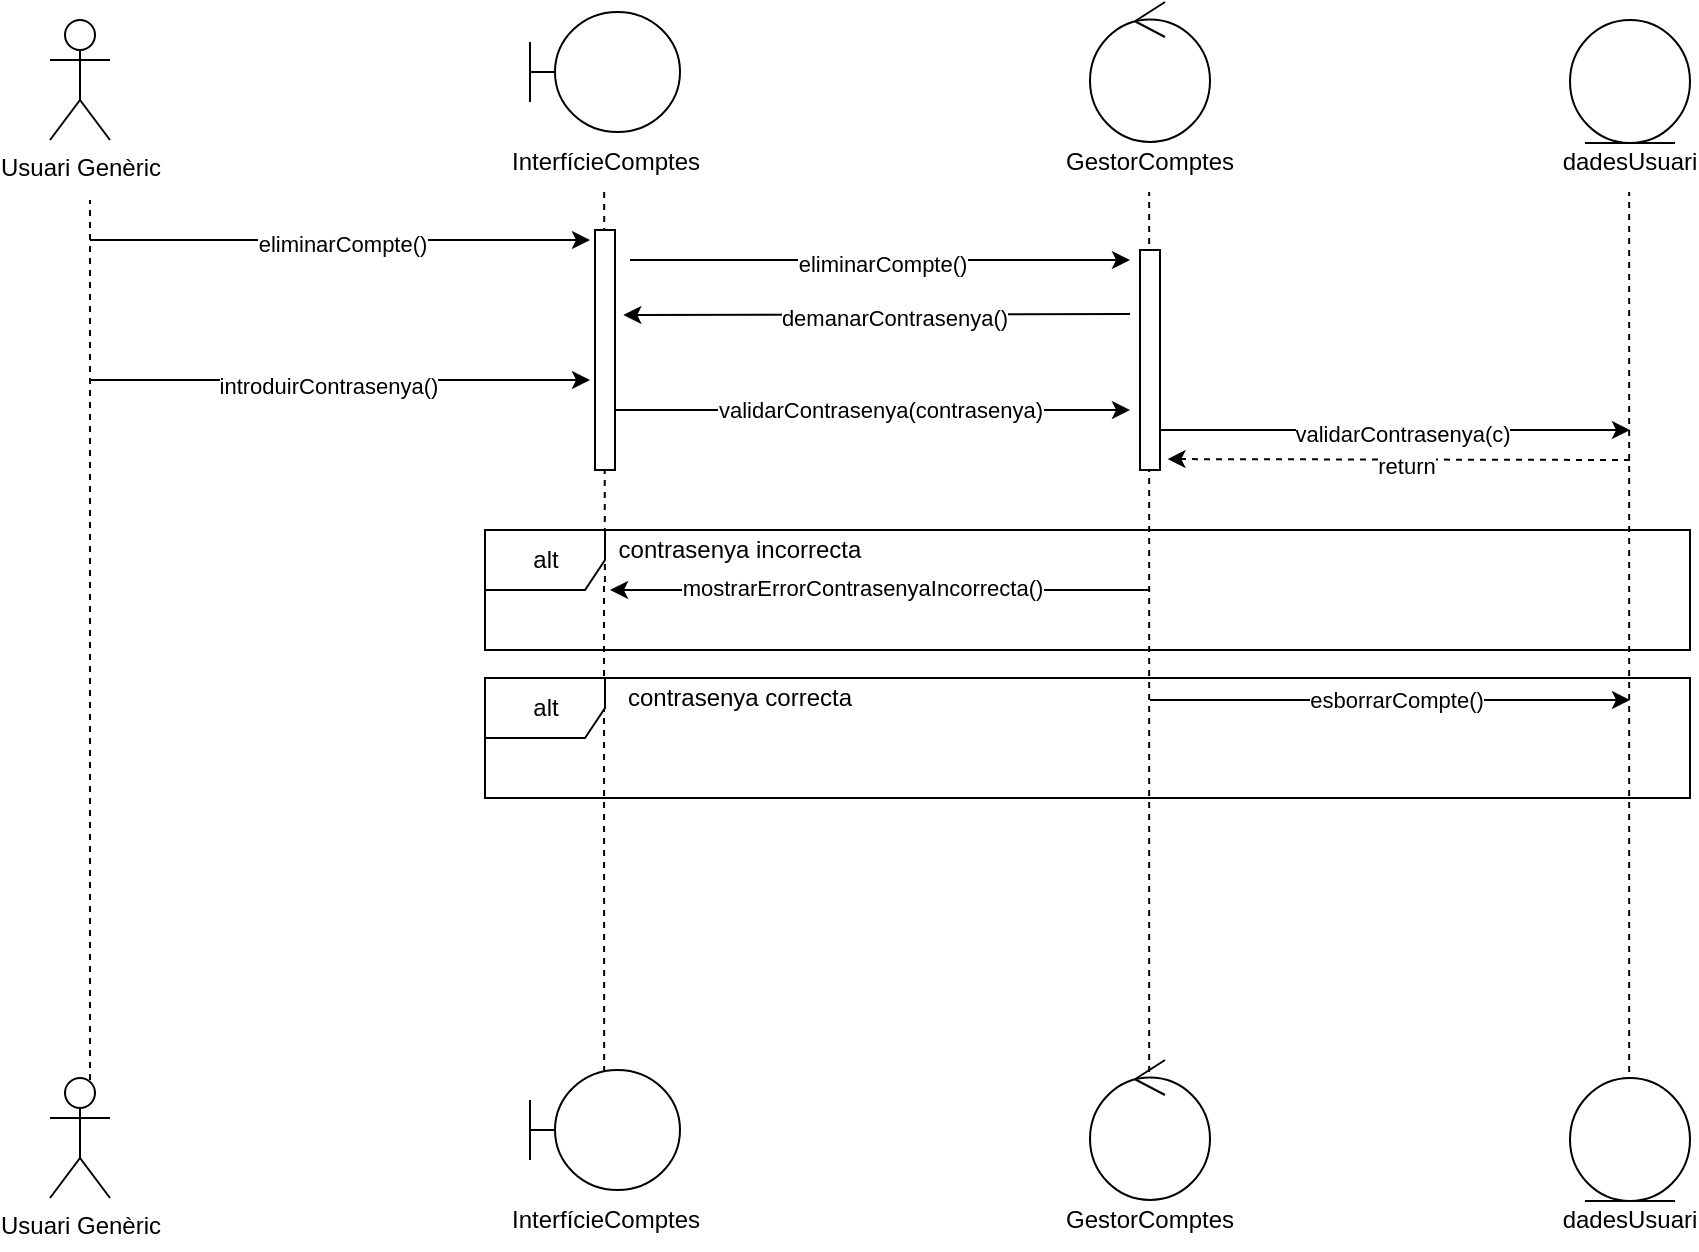
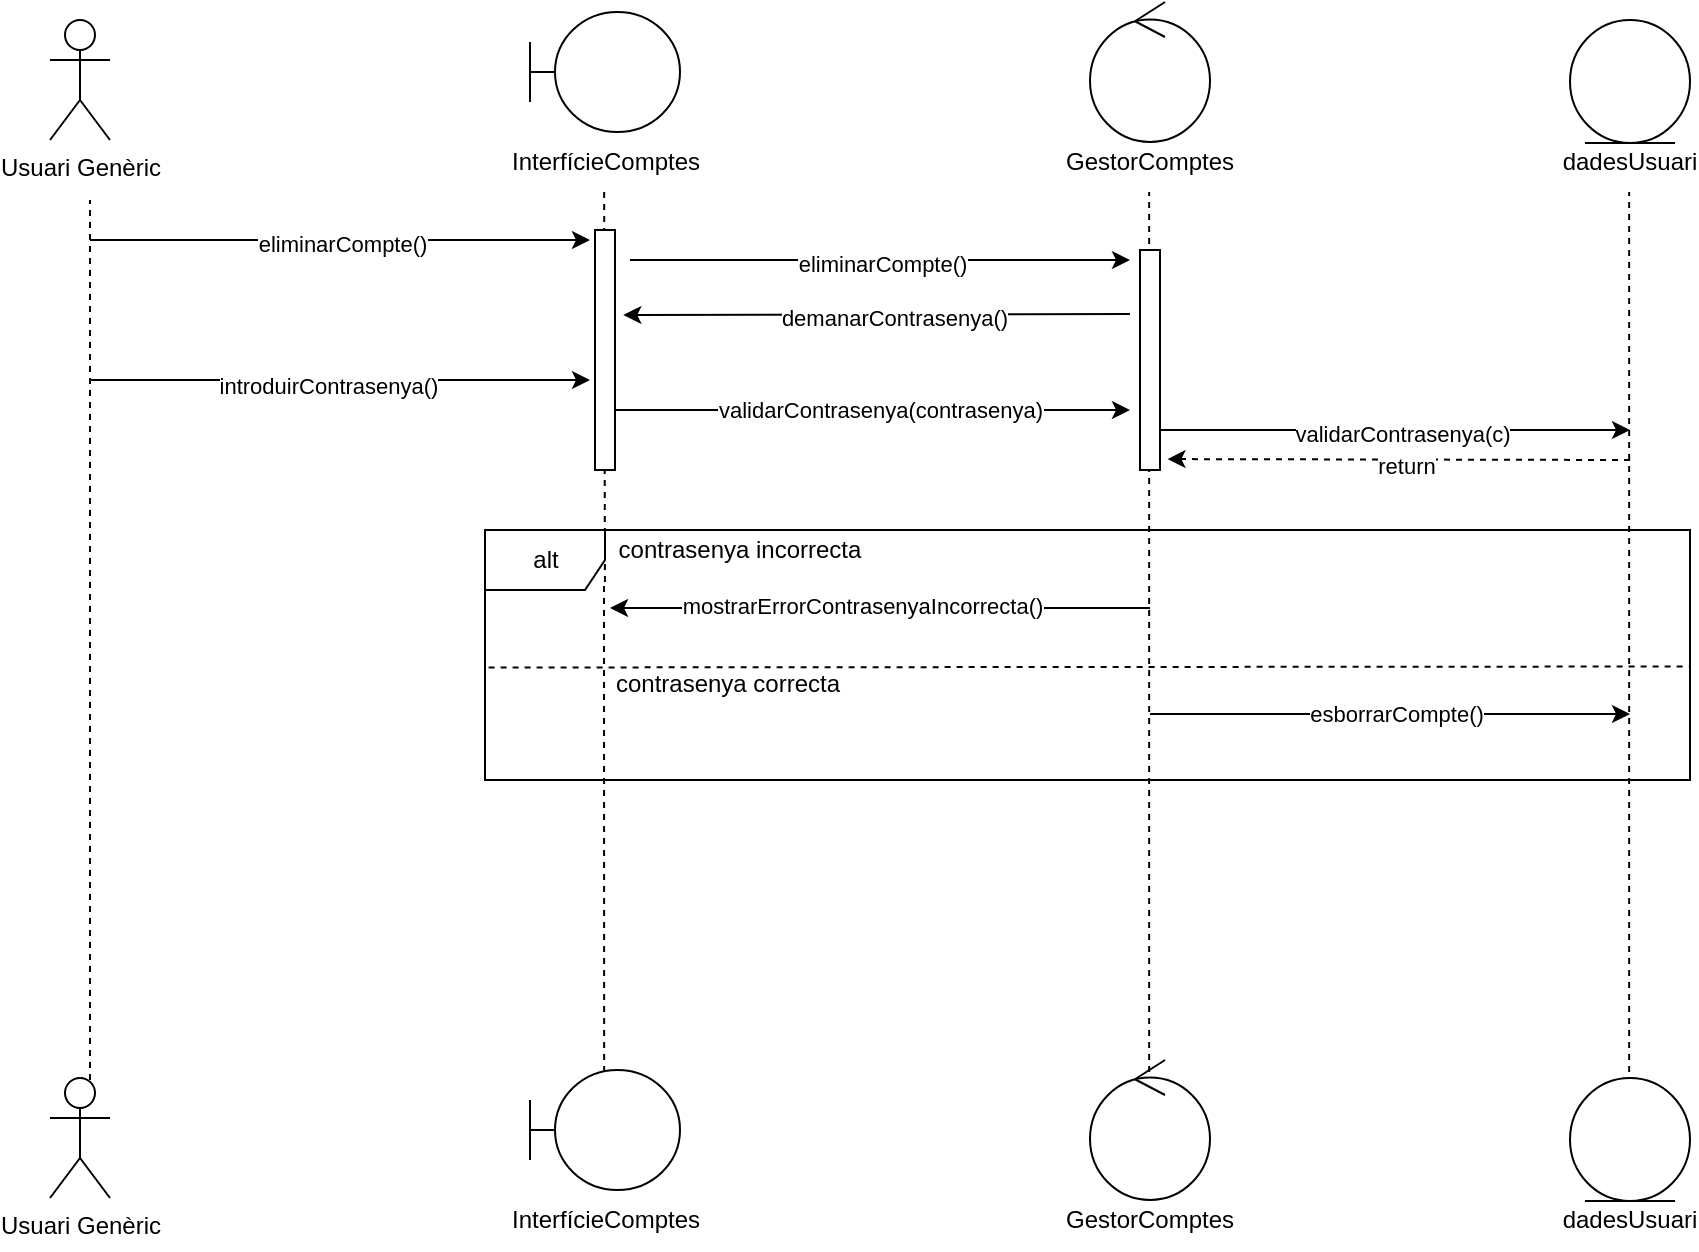
<mxfile host="Electron">
  <diagram name="Pàgina-1" id="qvVAie-Hl5Rr7k6o38sZ">
-     <mxGraphModel dx="1824" dy="1185" grid="1" gridSize="10" guides="1" tooltips="1" connect="1" arrows="1" fold="1" page="1" pageScale="1" pageWidth="1169" pageHeight="827" math="0" shadow="0">
+     <mxGraphModel dx="975" dy="608" grid="1" gridSize="10" guides="1" tooltips="1" connect="1" arrows="1" fold="1" page="1" pageScale="1" pageWidth="1169" pageHeight="827" math="0" shadow="0">
      <root>
        <mxCell id="0" />
        <mxCell id="1" parent="0" />
        <mxCell id="b8Wn0gmdy3Yzb2cbIPzx-2" parent="1" style="shape=umlActor;verticalLabelPosition=bottom;verticalAlign=top;html=1;outlineConnect=0;" value="Usuari Genèric" vertex="1">
          <mxGeometry height="60" width="30" x="110" y="60" as="geometry" />
        </mxCell>
        <mxCell id="b8Wn0gmdy3Yzb2cbIPzx-11" connectable="0" parent="1" style="group" value="" vertex="1">
          <mxGeometry height="90" width="75" x="350" y="56" as="geometry" />
        </mxCell>
        <mxCell id="b8Wn0gmdy3Yzb2cbIPzx-6" parent="b8Wn0gmdy3Yzb2cbIPzx-11" style="shape=umlBoundary;whiteSpace=wrap;html=1;" value="" vertex="1">
          <mxGeometry height="60" width="75" as="geometry" />
        </mxCell>
        <mxCell id="b8Wn0gmdy3Yzb2cbIPzx-9" parent="b8Wn0gmdy3Yzb2cbIPzx-11" style="text;html=1;whiteSpace=wrap;strokeColor=none;fillColor=none;align=center;verticalAlign=middle;rounded=0;" value="InterfícieComptes" vertex="1">
          <mxGeometry height="30" width="60" x="7.5" y="60" as="geometry" />
        </mxCell>
        <mxCell id="b8Wn0gmdy3Yzb2cbIPzx-14" connectable="0" parent="1" style="group" value="" vertex="1">
          <mxGeometry height="95" width="60" x="630" y="51" as="geometry" />
        </mxCell>
        <mxCell id="b8Wn0gmdy3Yzb2cbIPzx-12" parent="b8Wn0gmdy3Yzb2cbIPzx-14" style="ellipse;shape=umlControl;whiteSpace=wrap;html=1;" value="" vertex="1">
          <mxGeometry height="70" width="60" as="geometry" />
        </mxCell>
        <mxCell id="b8Wn0gmdy3Yzb2cbIPzx-13" parent="b8Wn0gmdy3Yzb2cbIPzx-14" style="text;html=1;whiteSpace=wrap;strokeColor=none;fillColor=none;align=center;verticalAlign=middle;rounded=0;" value="GestorComptes" vertex="1">
          <mxGeometry height="30" width="60" y="65" as="geometry" />
        </mxCell>
        <mxCell id="b8Wn0gmdy3Yzb2cbIPzx-15" edge="1" parent="1" style="endArrow=none;dashed=1;html=1;rounded=0;" value="">
          <mxGeometry height="50" relative="1" width="50" as="geometry">
            <mxPoint x="130" y="590" as="sourcePoint" />
            <mxPoint x="130" y="150" as="targetPoint" />
          </mxGeometry>
        </mxCell>
        <mxCell id="b8Wn0gmdy3Yzb2cbIPzx-16" edge="1" parent="1" style="endArrow=none;dashed=1;html=1;rounded=0;" value="">
          <mxGeometry height="50" relative="1" width="50" as="geometry">
            <mxPoint x="387.46769230769223" y="341" as="sourcePoint" />
            <mxPoint x="387.08000000000004" y="146" as="targetPoint" />
          </mxGeometry>
        </mxCell>
        <mxCell id="b8Wn0gmdy3Yzb2cbIPzx-17" edge="1" parent="1" style="endArrow=none;dashed=1;html=1;rounded=0;" value="">
          <mxGeometry height="50" relative="1" width="50" as="geometry">
            <mxPoint x="659.58" y="586" as="sourcePoint" />
            <mxPoint x="659.58" y="146" as="targetPoint" />
          </mxGeometry>
        </mxCell>
        <mxCell id="b8Wn0gmdy3Yzb2cbIPzx-41" edge="1" parent="1" style="endArrow=none;dashed=1;html=1;rounded=0;" value="">
          <mxGeometry height="50" relative="1" width="50" as="geometry">
            <mxPoint x="387.08000000000004" y="586" as="sourcePoint" />
            <mxPoint x="387" y="340" as="targetPoint" />
          </mxGeometry>
        </mxCell>
        <mxCell id="b8Wn0gmdy3Yzb2cbIPzx-46" parent="1" style="text;html=1;whiteSpace=wrap;strokeColor=none;fillColor=none;align=center;verticalAlign=middle;rounded=0;" value="dadesUsuari" vertex="1">
          <mxGeometry height="30" width="60" x="870" y="116" as="geometry" />
        </mxCell>
        <mxCell id="b8Wn0gmdy3Yzb2cbIPzx-47" parent="1" style="ellipse;shape=umlEntity;whiteSpace=wrap;html=1;" value="" vertex="1">
          <mxGeometry height="61.5" width="60" x="870" y="60" as="geometry" />
        </mxCell>
        <mxCell id="b8Wn0gmdy3Yzb2cbIPzx-48" edge="1" parent="1" style="endArrow=none;dashed=1;html=1;rounded=0;" value="">
          <mxGeometry height="50" relative="1" width="50" as="geometry">
            <mxPoint x="899.5799999999999" y="586" as="sourcePoint" />
            <mxPoint x="899.5799999999999" y="146" as="targetPoint" />
          </mxGeometry>
        </mxCell>
        <mxCell id="b8Wn0gmdy3Yzb2cbIPzx-68" edge="1" parent="1" style="endArrow=classic;html=1;rounded=0;" value="">
          <mxGeometry height="50" relative="1" width="50" as="geometry">
            <mxPoint x="130" y="170" as="sourcePoint" />
            <mxPoint x="380" y="170" as="targetPoint" />
          </mxGeometry>
        </mxCell>
        <mxCell id="b8Wn0gmdy3Yzb2cbIPzx-70" connectable="0" parent="b8Wn0gmdy3Yzb2cbIPzx-68" style="edgeLabel;html=1;align=center;verticalAlign=middle;resizable=0;points=[];" value="eliminarCompte()" vertex="1">
          <mxGeometry relative="1" x="0.0093" y="-2" as="geometry">
            <mxPoint as="offset" />
          </mxGeometry>
        </mxCell>
        <mxCell id="b8Wn0gmdy3Yzb2cbIPzx-69" parent="1" style="rounded=0;whiteSpace=wrap;html=1;rotation=-90;" value="" vertex="1">
          <mxGeometry height="10" width="120" x="327.5" y="220" as="geometry" />
        </mxCell>
        <mxCell id="b8Wn0gmdy3Yzb2cbIPzx-71" edge="1" parent="1" style="endArrow=classic;html=1;rounded=0;" value="">
          <mxGeometry height="50" relative="1" width="50" as="geometry">
            <mxPoint x="400" y="180" as="sourcePoint" />
            <mxPoint x="650" y="180" as="targetPoint" />
          </mxGeometry>
        </mxCell>
        <mxCell id="b8Wn0gmdy3Yzb2cbIPzx-72" connectable="0" parent="b8Wn0gmdy3Yzb2cbIPzx-71" style="edgeLabel;html=1;align=center;verticalAlign=middle;resizable=0;points=[];" value="eliminarCompte()" vertex="1">
          <mxGeometry relative="1" x="0.0093" y="-2" as="geometry">
            <mxPoint as="offset" />
          </mxGeometry>
        </mxCell>
        <mxCell id="b8Wn0gmdy3Yzb2cbIPzx-73" parent="1" style="rounded=0;whiteSpace=wrap;html=1;rotation=-90;" value="" vertex="1">
          <mxGeometry height="10" width="110" x="605" y="225" as="geometry" />
        </mxCell>
        <mxCell id="b8Wn0gmdy3Yzb2cbIPzx-74" edge="1" parent="1" style="endArrow=classic;html=1;rounded=0;entryX=0.646;entryY=1.416;entryDx=0;entryDy=0;entryPerimeter=0;" target="b8Wn0gmdy3Yzb2cbIPzx-69" value="">
          <mxGeometry height="50" relative="1" width="50" as="geometry">
            <mxPoint x="650" y="207" as="sourcePoint" />
            <mxPoint x="610" y="390" as="targetPoint" />
          </mxGeometry>
        </mxCell>
        <mxCell id="b8Wn0gmdy3Yzb2cbIPzx-75" connectable="0" parent="b8Wn0gmdy3Yzb2cbIPzx-74" style="edgeLabel;html=1;align=center;verticalAlign=middle;resizable=0;points=[];" value="demanarContrasenya()" vertex="1">
          <mxGeometry relative="1" x="-0.0684" y="2" as="geometry">
            <mxPoint as="offset" />
          </mxGeometry>
        </mxCell>
        <mxCell id="b8Wn0gmdy3Yzb2cbIPzx-76" edge="1" parent="1" style="endArrow=classic;html=1;rounded=0;" value="">
          <mxGeometry height="50" relative="1" width="50" as="geometry">
            <mxPoint x="130" y="240" as="sourcePoint" />
            <mxPoint x="380" y="240" as="targetPoint" />
          </mxGeometry>
        </mxCell>
        <mxCell id="b8Wn0gmdy3Yzb2cbIPzx-77" connectable="0" parent="b8Wn0gmdy3Yzb2cbIPzx-76" style="edgeLabel;html=1;align=center;verticalAlign=middle;resizable=0;points=[];" value="introduirContrasenya()" vertex="1">
          <mxGeometry relative="1" x="-0.0507" y="-3" as="geometry">
            <mxPoint as="offset" />
          </mxGeometry>
        </mxCell>
        <mxCell id="b8Wn0gmdy3Yzb2cbIPzx-78" edge="1" parent="1" source="b8Wn0gmdy3Yzb2cbIPzx-69" style="endArrow=classic;html=1;rounded=0;exitX=0.25;exitY=1;exitDx=0;exitDy=0;" value="">
          <mxGeometry height="50" relative="1" width="50" as="geometry">
            <mxPoint x="447.5" y="290" as="sourcePoint" />
            <mxPoint x="650" y="255" as="targetPoint" />
          </mxGeometry>
        </mxCell>
        <mxCell id="b8Wn0gmdy3Yzb2cbIPzx-79" connectable="0" parent="b8Wn0gmdy3Yzb2cbIPzx-78" style="edgeLabel;html=1;align=center;verticalAlign=middle;resizable=0;points=[];" value="validarContrasenya(contrasenya)" vertex="1">
          <mxGeometry relative="1" x="0.0252" as="geometry">
            <mxPoint as="offset" />
          </mxGeometry>
        </mxCell>
        <mxCell id="b8Wn0gmdy3Yzb2cbIPzx-82" edge="1" parent="1" style="endArrow=classic;html=1;rounded=0;" value="">
          <mxGeometry height="50" relative="1" width="50" as="geometry">
            <mxPoint x="665" y="265" as="sourcePoint" />
            <mxPoint x="900" y="265" as="targetPoint" />
          </mxGeometry>
        </mxCell>
        <mxCell id="b8Wn0gmdy3Yzb2cbIPzx-83" connectable="0" parent="b8Wn0gmdy3Yzb2cbIPzx-82" style="edgeLabel;html=1;align=center;verticalAlign=middle;resizable=0;points=[];" value="validarContrasenya(c)" vertex="1">
          <mxGeometry relative="1" x="0.0241" y="-2" as="geometry">
            <mxPoint as="offset" />
          </mxGeometry>
        </mxCell>
        <mxCell id="b8Wn0gmdy3Yzb2cbIPzx-84" edge="1" parent="1" style="endArrow=classic;html=1;rounded=0;dashed=1;entryX=0.077;entryY=1.374;entryDx=0;entryDy=0;entryPerimeter=0;" value="">
          <mxGeometry height="50" relative="1" width="50" as="geometry">
            <mxPoint x="900" y="280" as="sourcePoint" />
            <mxPoint x="668.7399999999998" y="279.52999999999986" as="targetPoint" />
          </mxGeometry>
        </mxCell>
        <mxCell id="b8Wn0gmdy3Yzb2cbIPzx-85" connectable="0" parent="b8Wn0gmdy3Yzb2cbIPzx-84" style="edgeLabel;html=1;align=center;verticalAlign=middle;resizable=0;points=[];" value="return" vertex="1">
          <mxGeometry relative="1" x="-0.03" y="3" as="geometry">
            <mxPoint as="offset" />
          </mxGeometry>
        </mxCell>
        <mxCell id="b8Wn0gmdy3Yzb2cbIPzx-88" edge="1" parent="1" style="endArrow=classic;html=1;rounded=0;" value="">
          <mxGeometry height="50" relative="1" width="50" as="geometry">
-             <mxPoint x="660" y="345" as="sourcePoint" />
-             <mxPoint x="390" y="345" as="targetPoint" />
+             <mxPoint x="660" y="354" as="sourcePoint" />
+             <mxPoint x="390" y="354" as="targetPoint" />
          </mxGeometry>
        </mxCell>
        <mxCell id="b8Wn0gmdy3Yzb2cbIPzx-89" connectable="0" parent="b8Wn0gmdy3Yzb2cbIPzx-88" style="edgeLabel;html=1;align=center;verticalAlign=middle;resizable=0;points=[];" value="mostrarErrorContrasenyaIncorrecta()" vertex="1">
          <mxGeometry relative="1" x="0.0716" y="-1" as="geometry">
            <mxPoint as="offset" />
          </mxGeometry>
        </mxCell>
        <mxCell id="b8Wn0gmdy3Yzb2cbIPzx-90" parent="1" style="text;html=1;whiteSpace=wrap;strokeColor=none;fillColor=none;align=center;verticalAlign=middle;rounded=0;" value="contrasenya incorrecta" vertex="1">
          <mxGeometry height="30" width="150" x="380" y="310" as="geometry" />
        </mxCell>
        <mxCell id="b8Wn0gmdy3Yzb2cbIPzx-91" parent="1" style="shape=umlFrame;whiteSpace=wrap;html=1;pointerEvents=0;" value="alt" vertex="1">
-           <mxGeometry height="60" width="602.5" x="327.5" y="315" as="geometry" />
-         </mxCell>
-         <mxCell id="b8Wn0gmdy3Yzb2cbIPzx-92" parent="1" style="shape=umlFrame;whiteSpace=wrap;html=1;pointerEvents=0;" value="alt" vertex="1">
-           <mxGeometry height="60" width="602.5" x="327.5" y="389" as="geometry" />
+           <mxGeometry height="125" width="602.5" x="327.5" y="315" as="geometry" />
        </mxCell>
        <mxCell id="b8Wn0gmdy3Yzb2cbIPzx-93" parent="1" style="text;html=1;whiteSpace=wrap;strokeColor=none;fillColor=none;align=center;verticalAlign=middle;rounded=0;" value="contrasenya correcta" vertex="1">
-           <mxGeometry height="30" width="150" x="380" y="384" as="geometry" />
+           <mxGeometry height="30" width="150" x="374" y="377" as="geometry" />
        </mxCell>
        <mxCell id="b8Wn0gmdy3Yzb2cbIPzx-96" edge="1" parent="1" style="endArrow=classic;html=1;rounded=0;exitX=0.25;exitY=1;exitDx=0;exitDy=0;" value="">
          <mxGeometry height="50" relative="1" width="50" as="geometry">
-             <mxPoint x="660" y="400" as="sourcePoint" />
-             <mxPoint x="900" y="400" as="targetPoint" />
+             <mxPoint x="660" y="407" as="sourcePoint" />
+             <mxPoint x="900" y="407" as="targetPoint" />
          </mxGeometry>
        </mxCell>
        <mxCell id="b8Wn0gmdy3Yzb2cbIPzx-97" connectable="0" parent="b8Wn0gmdy3Yzb2cbIPzx-96" style="edgeLabel;html=1;align=center;verticalAlign=middle;resizable=0;points=[];" value="esborrarCompte()" vertex="1">
          <mxGeometry relative="1" x="0.0252" as="geometry">
            <mxPoint as="offset" />
          </mxGeometry>
        </mxCell>
        <mxCell id="kf2D91WpEXh9QlQ9IsoT-1" parent="1" style="shape=umlActor;verticalLabelPosition=bottom;verticalAlign=top;html=1;outlineConnect=0;" value="Usuari Genèric" vertex="1">
          <mxGeometry height="60" width="30" x="110" y="589" as="geometry" />
        </mxCell>
        <mxCell id="kf2D91WpEXh9QlQ9IsoT-2" connectable="0" parent="1" style="group" value="" vertex="1">
          <mxGeometry height="90" width="75" x="350" y="585" as="geometry" />
        </mxCell>
        <mxCell id="kf2D91WpEXh9QlQ9IsoT-3" parent="kf2D91WpEXh9QlQ9IsoT-2" style="shape=umlBoundary;whiteSpace=wrap;html=1;" value="" vertex="1">
          <mxGeometry height="60" width="75" as="geometry" />
        </mxCell>
        <mxCell id="kf2D91WpEXh9QlQ9IsoT-4" parent="kf2D91WpEXh9QlQ9IsoT-2" style="text;html=1;whiteSpace=wrap;strokeColor=none;fillColor=none;align=center;verticalAlign=middle;rounded=0;" value="InterfícieComptes" vertex="1">
          <mxGeometry height="30" width="60" x="7.5" y="60" as="geometry" />
        </mxCell>
        <mxCell id="kf2D91WpEXh9QlQ9IsoT-5" connectable="0" parent="1" style="group" value="" vertex="1">
          <mxGeometry height="95" width="60" x="630" y="580" as="geometry" />
        </mxCell>
        <mxCell id="kf2D91WpEXh9QlQ9IsoT-6" parent="kf2D91WpEXh9QlQ9IsoT-5" style="ellipse;shape=umlControl;whiteSpace=wrap;html=1;" value="" vertex="1">
          <mxGeometry height="70" width="60" as="geometry" />
        </mxCell>
        <mxCell id="kf2D91WpEXh9QlQ9IsoT-7" parent="kf2D91WpEXh9QlQ9IsoT-5" style="text;html=1;whiteSpace=wrap;strokeColor=none;fillColor=none;align=center;verticalAlign=middle;rounded=0;" value="GestorComptes" vertex="1">
          <mxGeometry height="30" width="60" y="65" as="geometry" />
        </mxCell>
        <mxCell id="kf2D91WpEXh9QlQ9IsoT-8" parent="1" style="text;html=1;whiteSpace=wrap;strokeColor=none;fillColor=none;align=center;verticalAlign=middle;rounded=0;" value="dadesUsuari" vertex="1">
          <mxGeometry height="30" width="60" x="870" y="645" as="geometry" />
        </mxCell>
        <mxCell id="kf2D91WpEXh9QlQ9IsoT-9" parent="1" style="ellipse;shape=umlEntity;whiteSpace=wrap;html=1;" value="" vertex="1">
          <mxGeometry height="61.5" width="60" x="870" y="589" as="geometry" />
+         </mxCell>
+         <mxCell id="OC_I4lojWaM__WvQf9hb-1" edge="1" parent="1" source="b8Wn0gmdy3Yzb2cbIPzx-91" style="endArrow=none;dashed=1;html=1;rounded=0;exitX=0.003;exitY=0.55;exitDx=0;exitDy=0;exitPerimeter=0;entryX=0.999;entryY=0.546;entryDx=0;entryDy=0;entryPerimeter=0;" target="b8Wn0gmdy3Yzb2cbIPzx-91" value="">
+           <mxGeometry height="50" relative="1" width="50" as="geometry">
+             <mxPoint x="590" y="490" as="sourcePoint" />
+             <mxPoint x="640" y="440" as="targetPoint" />
+           </mxGeometry>
        </mxCell>
      </root>
    </mxGraphModel>
  </diagram>
</mxfile>
